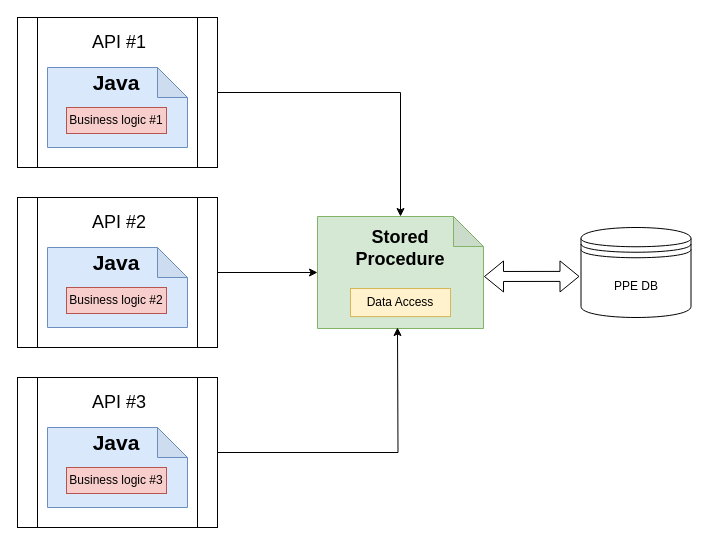
The draw.io diagram page "Page-2" (2 of 2) of Untitled Diagram.drawio in TUKAKKAR/TEMP, before the edit. Source tidied: cells renumbered, new cells numbered last; positions are measured from the earlier drawing's top-left corner, leaving out a move shared by most shapes. Both pictures are drawn from the tidied source at 100%, with x=0, y=0 at pixel (17, 17).
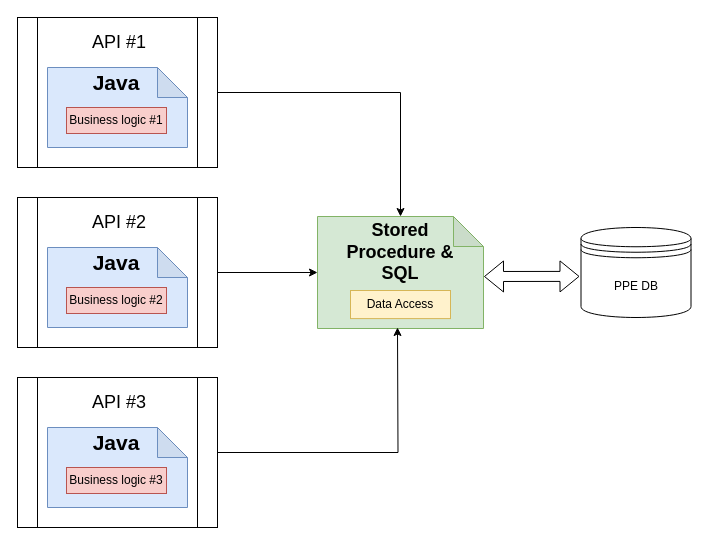
The same page after the edit.

The change refers to these unchanged cells:
```xml
<mxCell id="4" style="group;" parent="1" vertex="1">
  <mxGeometry x="300" y="151" width="166" height="208" as="geometry" />
</mxCell>
```

Diff of the diagram source:
```diff
@@
     <mxCell id="6" value="Data Access" style="rounded=0;whiteSpace=wrap;html=1;fillColor=#fff2cc;strokeColor=#d6b656;" parent="4" vertex="1">
-      <mxGeometry x="33" y="120" width="100" height="28.1" as="geometry" />
+      <mxGeometry x="33" y="122" width="100" height="28.1" as="geometry" />
     </mxCell>
-    <mxCell id="7" value="Stored Procedure" style="rounded=0;whiteSpace=wrap;html=1;labelBackgroundColor=none;fillStyle=solid;fontSize=18;fillColor=none;fontStyle=1;verticalAlign=middle;strokeColor=none;" parent="4" vertex="1">
-      <mxGeometry x="26" y="60" width="114" height="39.4" as="geometry" />
+    <mxCell id="7" value="Stored Procedure &amp;amp; SQL" style="rounded=0;whiteSpace=wrap;html=1;labelBackgroundColor=none;fillStyle=solid;fontSize=18;fillColor=none;fontStyle=1;verticalAlign=middle;strokeColor=none;" parent="4" vertex="1">
+      <mxGeometry x="26" y="64" width="114" height="39.4" as="geometry" />
     </mxCell>
```
